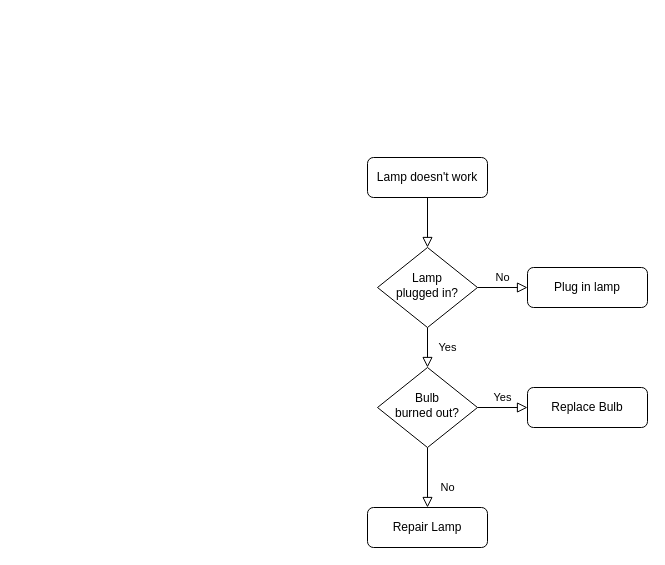
Before: Untitled Diagram.drawio in RajeshKumar1331/BookStore, a draw.io diagram. Source tidied: cells renumbered, new cells numbered last; positions are measured from the earlier drawing's top-left corner, leaving out a move shared by most shapes. Both pictures are drawn from the tidied source at 100%, with x=0, y=0 at pixel (367, 157).
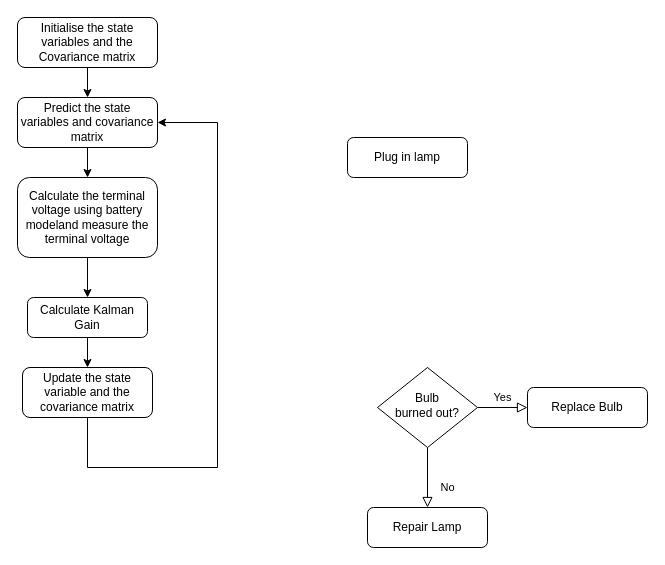
The same page after the edit.

The edit, as a diff of the source:
```diff
@@
 <mxGraphModel>
   <root>
     <mxCell id="0" />
     <mxCell id="1" parent="0" />
-    <mxCell id="2" style="rounded=0;html=1;jettySize=auto;fontSize=11;endArrow=block;endFill=0;endSize=8;strokeWidth=1;shadow=0;labelBackgroundColor=none;edgeStyle=orthogonalEdgeStyle;" parent="1" edge="1" source="3" target="6">
-      <mxGeometry relative="1" as="geometry" />
-    </mxCell>
-    <mxCell id="3" value="Lamp doesn't work" style="rounded=1;whiteSpace=wrap;html=1;fontSize=12;glass=0;strokeWidth=1;shadow=0;" parent="1" vertex="1">
-      <mxGeometry width="120" height="40" as="geometry" />
+    <mxCell id="3" value="Initialise the state variables and the Covariance matrix" style="rounded=1;whiteSpace=wrap;html=1;fontSize=12;glass=0;strokeWidth=1;shadow=0;" parent="1" vertex="1">
+      <mxGeometry x="-350" y="-140" width="140" height="50" as="geometry" />
     </mxCell>
-    <mxCell id="4" value="Yes" style="rounded=0;html=1;jettySize=auto;fontSize=11;endArrow=block;endFill=0;endSize=8;strokeWidth=1;shadow=0;labelBackgroundColor=none;edgeStyle=orthogonalEdgeStyle;" parent="1" edge="1" source="6" target="10">
-      <mxGeometry y="20" relative="1" as="geometry" />
-    </mxCell>
-    <mxCell id="5" value="No" style="edgeStyle=orthogonalEdgeStyle;rounded=0;html=1;jettySize=auto;fontSize=11;endArrow=block;endFill=0;endSize=8;strokeWidth=1;shadow=0;labelBackgroundColor=none;" parent="1" edge="1" source="6" target="7">
-      <mxGeometry y="10" relative="1" as="geometry" />
-    </mxCell>
-    <mxCell id="6" value="Lamp&lt;br&gt;plugged in?" style="rhombus;whiteSpace=wrap;html=1;shadow=0;fontFamily=Helvetica;fontSize=12;align=center;strokeWidth=1;spacing=6;spacingTop=-4;" parent="1" vertex="1">
-      <mxGeometry x="10" y="90" width="100" height="80" as="geometry" />
-    </mxCell>
     <mxCell id="7" value="Plug in lamp" style="rounded=1;whiteSpace=wrap;html=1;fontSize=12;glass=0;strokeWidth=1;shadow=0;" parent="1" vertex="1">
-      <mxGeometry x="160" y="110" width="120" height="40" as="geometry" />
+      <mxGeometry x="-20" y="-20" width="120" height="40" as="geometry" />
     </mxCell>
     <mxCell id="8" value="No" style="rounded=0;html=1;jettySize=auto;fontSize=11;endArrow=block;endFill=0;endSize=8;strokeWidth=1;shadow=0;labelBackgroundColor=none;edgeStyle=orthogonalEdgeStyle;" parent="1" edge="1" source="10" target="11">
       <mxGeometry x="0.33" y="20" relative="1" as="geometry" />
     </mxCell>
     <mxCell id="9" value="Yes" style="edgeStyle=orthogonalEdgeStyle;rounded=0;html=1;jettySize=auto;fontSize=11;endArrow=block;endFill=0;endSize=8;strokeWidth=1;shadow=0;labelBackgroundColor=none;" parent="1" edge="1" source="10" target="12">
       <mxGeometry y="10" relative="1" as="geometry" />
     </mxCell>
     <mxCell id="10" value="Bulb&lt;br&gt;burned out?" style="rhombus;whiteSpace=wrap;html=1;shadow=0;fontFamily=Helvetica;fontSize=12;align=center;strokeWidth=1;spacing=6;spacingTop=-4;" parent="1" vertex="1">
       <mxGeometry x="10" y="210" width="100" height="80" as="geometry" />
     </mxCell>
     <mxCell id="11" value="Repair Lamp" style="rounded=1;whiteSpace=wrap;html=1;fontSize=12;glass=0;strokeWidth=1;shadow=0;" parent="1" vertex="1">
       <mxGeometry y="350" width="120" height="40" as="geometry" />
     </mxCell>
     <mxCell id="12" value="Replace Bulb" style="rounded=1;whiteSpace=wrap;html=1;fontSize=12;glass=0;strokeWidth=1;shadow=0;" parent="1" vertex="1">
       <mxGeometry x="160" y="230" width="120" height="40" as="geometry" />
     </mxCell>
+    <mxCell id="13" value="Predict the state variables and covariance matrix" style="rounded=1;whiteSpace=wrap;html=1;fontSize=12;glass=0;strokeWidth=1;shadow=0;" parent="1" vertex="1">
+      <mxGeometry x="-350" y="-60" width="140" height="50" as="geometry" />
+    </mxCell>
+    <mxCell id="14" value="Calculate the terminal voltage using battery modeland measure the terminal voltage" style="rounded=1;whiteSpace=wrap;html=1;fontSize=12;glass=0;strokeWidth=1;shadow=0;" parent="1" vertex="1">
+      <mxGeometry x="-350" y="20" width="140" height="80" as="geometry" />
+    </mxCell>
+    <mxCell id="15" style="endArrow=classic;html=1;rounded=0;exitX=0.5;exitY=1;exitDx=0;exitDy=0;entryX=0.5;entryY=0;entryDx=0;entryDy=0;" parent="1" edge="1" source="3" target="13">
+      <mxGeometry relative="1" as="geometry" />
+    </mxCell>
+    <mxCell id="16" style="endArrow=classic;html=1;rounded=0;exitX=0.5;exitY=1;exitDx=0;exitDy=0;entryX=0.5;entryY=0;entryDx=0;entryDy=0;" parent="1" edge="1" source="13" target="14">
+      <mxGeometry relative="1" as="geometry" />
+    </mxCell>
+    <mxCell id="17" value="Calculate Kalman Gain" style="rounded=1;whiteSpace=wrap;html=1;fontSize=12;glass=0;strokeWidth=1;shadow=0;" parent="1" vertex="1">
+      <mxGeometry x="-340" y="140" width="120" height="40" as="geometry" />
+    </mxCell>
+    <mxCell id="18" value="Update the state variable and the covariance matrix" style="rounded=1;whiteSpace=wrap;html=1;fontSize=12;glass=0;strokeWidth=1;shadow=0;" parent="1" vertex="1">
+      <mxGeometry x="-345" y="210" width="130" height="50" as="geometry" />
+    </mxCell>
+    <mxCell id="19" style="endArrow=classic;html=1;rounded=0;exitX=0.5;exitY=1;exitDx=0;exitDy=0;entryX=0.5;entryY=0;entryDx=0;entryDy=0;" parent="1" edge="1" source="14" target="17">
+      <mxGeometry relative="1" as="geometry" />
+    </mxCell>
+    <mxCell id="20" style="endArrow=classic;html=1;rounded=0;exitX=0.5;exitY=1;exitDx=0;exitDy=0;entryX=0.5;entryY=0;entryDx=0;entryDy=0;" parent="1" edge="1" source="17" target="18">
+      <mxGeometry relative="1" as="geometry" />
+    </mxCell>
+    <mxCell id="21" style="endArrow=classic;html=1;rounded=0;exitX=0.5;exitY=1;exitDx=0;exitDy=0;entryX=1;entryY=0.5;entryDx=0;entryDy=0;" parent="1" edge="1" source="18" target="13">
+      <mxGeometry relative="1" as="geometry">
+        <Array as="points">
+          <mxPoint x="-280" y="310" />
+          <mxPoint x="-150" y="310" />
+          <mxPoint x="-150" y="-35" />
+        </Array>
+      </mxGeometry>
+    </mxCell>
   </root>
 </mxGraphModel>
```
